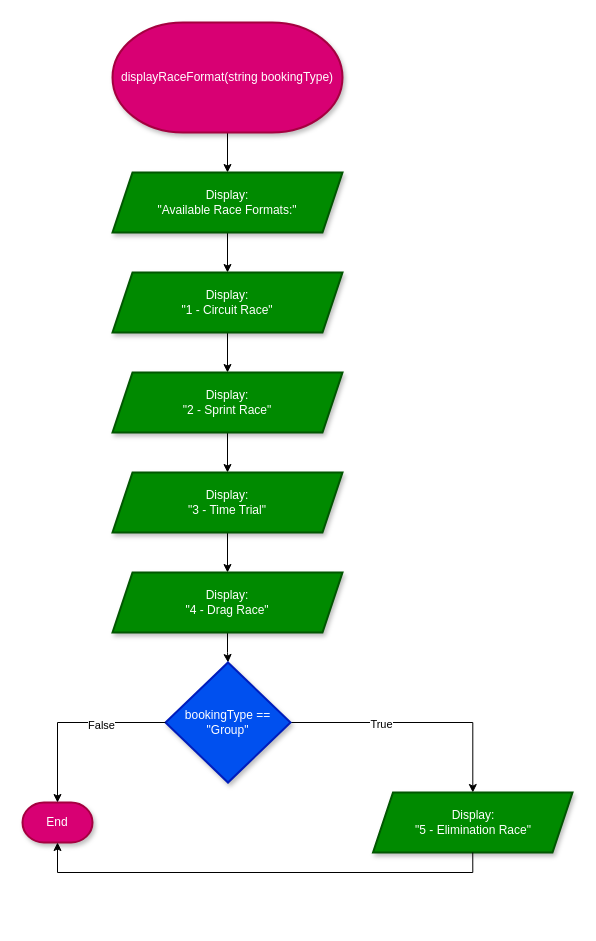
The draw.io diagram Flowcharts (draw.io)/03. displayRaceFormat.drawio in shahxvi/csc126-group-project, before the edit. Source tidied: cells renumbered, new cells numbered last; positions are measured from the earlier drawing's top-left corner, leaving out a move shared by most shapes. Both pictures are drawn from the tidied source at 100%, with x=0, y=0 at pixel (22, 22).
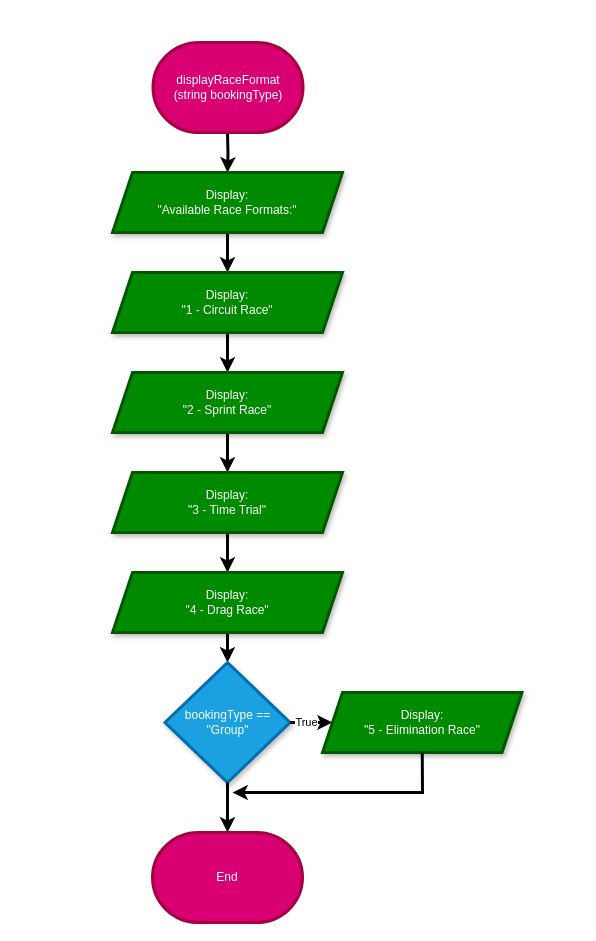
After the change.

The edit, as a diff of the source:
```diff
@@
-    <mxCell id="2" style="edgeStyle=orthogonalEdgeStyle;rounded=0;jettySize=auto;html=1;" parent="1" edge="1" source="3" target="5">
-      <mxGeometry relative="1" as="geometry" />
+    <mxCell id="2" style="edgeStyle=orthogonalEdgeStyle;rounded=0;jettySize=auto;html=1;strokeWidth=3;" parent="1" edge="1" target="5">
+      <mxGeometry relative="1" as="geometry">
+        <mxPoint x="205" y="110" as="sourcePoint" />
+      </mxGeometry>
     </mxCell>
-    <mxCell id="3" value="displayRaceFormat(string bookingType)" style="strokeWidth=2;html=1;shape=mxgraph.flowchart.terminator;whiteSpace=wrap;fillColor=#d80073;fontColor=#ffffff;strokeColor=#A50040;shadow=1;" parent="1" vertex="1">
-      <mxGeometry x="90" width="230" height="110" as="geometry" />
-    </mxCell>
-    <mxCell id="4" style="edgeStyle=orthogonalEdgeStyle;rounded=0;jettySize=auto;html=1;" parent="1" edge="1" source="5" target="7">
+    <mxCell id="4" style="edgeStyle=orthogonalEdgeStyle;rounded=0;jettySize=auto;html=1;strokeWidth=3;" parent="1" edge="1" source="5" target="7">
       <mxGeometry relative="1" as="geometry" />
     </mxCell>
-    <mxCell id="5" value="Display:&lt;div&gt;&quot;Available Race Formats:&quot;&lt;/div&gt;" style="shape=parallelogram;perimeter=parallelogramPerimeter;whiteSpace=wrap;html=1;fixedSize=1;fillColor=#008a00;strokeColor=#005700;fontColor=#ffffff;strokeWidth=2;shadow=1;" parent="1" vertex="1">
+    <mxCell id="5" value="&lt;font style=&quot;color: rgb(255, 255, 255);&quot;&gt;Display:&lt;/font&gt;&lt;div&gt;&lt;font style=&quot;color: rgb(255, 255, 255);&quot;&gt;&quot;Available Race Formats:&quot;&lt;/font&gt;&lt;/div&gt;" style="shape=parallelogram;perimeter=parallelogramPerimeter;whiteSpace=wrap;html=1;fixedSize=1;fillColor=#008a00;strokeColor=#005700;fontColor=#ffffff;strokeWidth=3;shadow=1;" parent="1" vertex="1">
       <mxGeometry x="90" y="150" width="230" height="60" as="geometry" />
     </mxCell>
-    <mxCell id="6" style="edgeStyle=orthogonalEdgeStyle;rounded=0;jettySize=auto;html=1;" parent="1" edge="1" source="7" target="9">
+    <mxCell id="6" style="edgeStyle=orthogonalEdgeStyle;rounded=0;jettySize=auto;html=1;strokeWidth=3;" parent="1" edge="1" source="7" target="9">
       <mxGeometry relative="1" as="geometry" />
     </mxCell>
-    <mxCell id="7" value="Display:&lt;div&gt;&quot;1 - Circuit Race&quot;&lt;/div&gt;" style="shape=parallelogram;perimeter=parallelogramPerimeter;whiteSpace=wrap;html=1;fixedSize=1;fillColor=#008a00;strokeColor=#005700;fontColor=#ffffff;strokeWidth=2;shadow=1;" parent="1" vertex="1">
+    <mxCell id="7" value="&lt;font style=&quot;color: rgb(255, 255, 255);&quot;&gt;Display:&lt;/font&gt;&lt;div&gt;&lt;font style=&quot;color: rgb(255, 255, 255);&quot;&gt;&quot;1 - Circuit Race&quot;&lt;/font&gt;&lt;/div&gt;" style="shape=parallelogram;perimeter=parallelogramPerimeter;whiteSpace=wrap;html=1;fixedSize=1;fillColor=#008a00;strokeColor=#005700;fontColor=#ffffff;strokeWidth=3;shadow=1;" parent="1" vertex="1">
       <mxGeometry x="90" y="250" width="230" height="60" as="geometry" />
     </mxCell>
-    <mxCell id="8" style="edgeStyle=orthogonalEdgeStyle;rounded=0;jettySize=auto;html=1;" parent="1" edge="1" source="9" target="11">
+    <mxCell id="8" style="edgeStyle=orthogonalEdgeStyle;rounded=0;jettySize=auto;html=1;strokeWidth=3;" parent="1" edge="1" source="9" target="11">
       <mxGeometry relative="1" as="geometry" />
     </mxCell>
-    <mxCell id="9" value="Display:&lt;div&gt;&quot;2 - Sprint Race&quot;&lt;/div&gt;" style="shape=parallelogram;perimeter=parallelogramPerimeter;whiteSpace=wrap;html=1;fixedSize=1;fillColor=#008a00;strokeColor=#005700;fontColor=#ffffff;strokeWidth=2;shadow=1;" parent="1" vertex="1">
+    <mxCell id="9" value="&lt;font style=&quot;color: rgb(255, 255, 255);&quot;&gt;Display:&lt;/font&gt;&lt;div&gt;&lt;font style=&quot;color: rgb(255, 255, 255);&quot;&gt;&quot;2 - Sprint Race&quot;&lt;/font&gt;&lt;/div&gt;" style="shape=parallelogram;perimeter=parallelogramPerimeter;whiteSpace=wrap;html=1;fixedSize=1;fillColor=#008a00;strokeColor=#005700;fontColor=#ffffff;strokeWidth=3;shadow=1;" parent="1" vertex="1">
       <mxGeometry x="90" y="350" width="230" height="60" as="geometry" />
     </mxCell>
-    <mxCell id="10" style="edgeStyle=orthogonalEdgeStyle;rounded=0;jettySize=auto;html=1;" parent="1" edge="1" source="11" target="13">
+    <mxCell id="10" style="edgeStyle=orthogonalEdgeStyle;rounded=0;jettySize=auto;html=1;strokeWidth=3;" parent="1" edge="1" source="11" target="13">
       <mxGeometry relative="1" as="geometry" />
     </mxCell>
-    <mxCell id="11" value="Display:&lt;div&gt;&quot;3 - Time Trial&quot;&lt;/div&gt;" style="shape=parallelogram;perimeter=parallelogramPerimeter;whiteSpace=wrap;html=1;fixedSize=1;fillColor=#008a00;strokeColor=#005700;fontColor=#ffffff;strokeWidth=2;shadow=1;" parent="1" vertex="1">
+    <mxCell id="11" value="&lt;font style=&quot;color: rgb(255, 255, 255);&quot;&gt;Display:&lt;/font&gt;&lt;div&gt;&lt;font style=&quot;color: rgb(255, 255, 255);&quot;&gt;&quot;3 - Time Trial&quot;&lt;/font&gt;&lt;/div&gt;" style="shape=parallelogram;perimeter=parallelogramPerimeter;whiteSpace=wrap;html=1;fixedSize=1;fillColor=#008a00;strokeColor=#005700;fontColor=#ffffff;strokeWidth=3;shadow=1;" parent="1" vertex="1">
       <mxGeometry x="90" y="450" width="230" height="60" as="geometry" />
     </mxCell>
-    <mxCell id="12" style="edgeStyle=orthogonalEdgeStyle;rounded=0;jettySize=auto;html=1;" parent="1" edge="1" source="13" target="16">
+    <mxCell id="12" style="edgeStyle=orthogonalEdgeStyle;rounded=0;jettySize=auto;html=1;strokeWidth=3;" parent="1" edge="1" source="13" target="16">
       <mxGeometry relative="1" as="geometry" />
     </mxCell>
-    <mxCell id="13" value="Display:&lt;div&gt;&quot;4 - Drag Race&quot;&lt;/div&gt;" style="shape=parallelogram;perimeter=parallelogramPerimeter;whiteSpace=wrap;html=1;fixedSize=1;fillColor=#008a00;strokeColor=#005700;fontColor=#ffffff;strokeWidth=2;shadow=1;" parent="1" vertex="1">
+    <mxCell id="13" value="&lt;font style=&quot;color: rgb(255, 255, 255);&quot;&gt;Display:&lt;/font&gt;&lt;div&gt;&lt;font style=&quot;color: rgb(255, 255, 255);&quot;&gt;&quot;4 - Drag Race&quot;&lt;/font&gt;&lt;/div&gt;" style="shape=parallelogram;perimeter=parallelogramPerimeter;whiteSpace=wrap;html=1;fixedSize=1;fillColor=#008a00;strokeColor=#005700;fontColor=#ffffff;strokeWidth=3;shadow=1;" parent="1" vertex="1">
       <mxGeometry x="90" y="550" width="230" height="60" as="geometry" />
     </mxCell>
-    <mxCell id="14" style="edgeStyle=orthogonalEdgeStyle;rounded=0;jettySize=auto;html=1;" parent="1" edge="1" source="16" target="17">
-      <mxGeometry relative="1" as="geometry" />
-    </mxCell>
-    <mxCell id="15" value="True" style="edgeLabel;html=1;align=center;verticalAlign=middle;" parent="14" vertex="1">
-      <mxGeometry x="-0.35" y="-1" relative="1" as="geometry">
-        <mxPoint x="8" as="offset" />
-      </mxGeometry>
-    </mxCell>
-    <mxCell id="16" value="bookingType == &quot;Group&quot;" style="rhombus;whiteSpace=wrap;html=1;fillColor=#0050ef;strokeColor=#001DBC;fontColor=#ffffff;strokeWidth=2;shadow=1;" parent="1" vertex="1">
-      <mxGeometry x="143" y="640" width="125" height="120" as="geometry" />
+    <mxCell id="16" value="bookingType == &quot;Group&quot;" style="rhombus;whiteSpace=wrap;html=1;fillColor=#1ba1e2;strokeColor=#006EAF;fontColor=#ffffff;strokeWidth=3;shadow=1;" parent="1" vertex="1">
+      <mxGeometry x="142.5" y="640" width="125" height="120" as="geometry" />
     </mxCell>
-    <mxCell id="17" value="Display:&lt;div&gt;&quot;5 - Elimination Race&quot;&lt;/div&gt;" style="shape=parallelogram;perimeter=parallelogramPerimeter;whiteSpace=wrap;html=1;fixedSize=1;fillColor=#008a00;strokeColor=#005700;fontColor=#ffffff;strokeWidth=2;shadow=1;" parent="1" vertex="1">
-      <mxGeometry x="350.5" y="770" width="199.5" height="60" as="geometry" />
+    <mxCell id="17" value="&lt;font style=&quot;color: rgb(255, 255, 255);&quot;&gt;Display:&lt;/font&gt;&lt;div&gt;&lt;font style=&quot;color: rgb(255, 255, 255);&quot;&gt;&quot;5 - Elimination Race&quot;&lt;/font&gt;&lt;/div&gt;" style="shape=parallelogram;perimeter=parallelogramPerimeter;whiteSpace=wrap;html=1;fixedSize=1;fillColor=#008a00;strokeColor=#005700;fontColor=#ffffff;strokeWidth=3;shadow=1;" parent="1" vertex="1">
+      <mxGeometry x="300" y="670" width="199.5" height="60" as="geometry" />
     </mxCell>
+    <mxCell id="22" value="&lt;font style=&quot;color: rgb(255, 255, 255);&quot;&gt;displayRaceFormat&lt;br&gt;(string bookingType)&lt;/font&gt;" style="strokeWidth=3;html=1;shape=mxgraph.flowchart.terminator;whiteSpace=wrap;fillColor=#d80073;fontColor=#ffffff;strokeColor=#A50040;" parent="1" vertex="1">
+      <mxGeometry x="130.5" y="20" width="150" height="90" as="geometry" />
+    </mxCell>
-    <mxCell id="18" value="End" style="strokeWidth=2;html=1;shape=mxgraph.flowchart.terminator;whiteSpace=wrap;fillColor=#d80073;fontColor=#ffffff;strokeColor=#A50040;shadow=1;" parent="1" vertex="1">
-      <mxGeometry y="780" width="70" height="40" as="geometry" />
+    <mxCell id="18" value="End" style="strokeWidth=3;html=1;shape=mxgraph.flowchart.terminator;whiteSpace=wrap;fillColor=#d80073;fontColor=#ffffff;strokeColor=#A50040;" parent="1" vertex="1">
+      <mxGeometry x="130" y="810" width="150" height="90" as="geometry" />
     </mxCell>
-    <mxCell id="19" style="edgeStyle=orthogonalEdgeStyle;rounded=0;jettySize=auto;html=1;exitX=0;exitY=0.5;exitDx=0;exitDy=0;entryX=0.5;entryY=0;entryDx=0;entryDy=0;entryPerimeter=0;" parent="1" edge="1" source="16" target="18">
+    <mxCell id="19" style="edgeStyle=orthogonalEdgeStyle;rounded=0;jettySize=auto;html=1;strokeWidth=3;entryX=0.5;entryY=0;entryDx=0;entryDy=0;entryPerimeter=0;exitX=0.5;exitY=1;exitDx=0;exitDy=0;" parent="1" edge="1" source="16" target="18">
       <mxGeometry relative="1" as="geometry" />
     </mxCell>
-    <mxCell id="20" value="False" style="edgeLabel;html=1;align=center;verticalAlign=middle;" parent="19" vertex="1">
-      <mxGeometry x="-0.31" y="2" relative="1" as="geometry" />
-    </mxCell>
-    <mxCell id="21" style="edgeStyle=orthogonalEdgeStyle;rounded=0;jettySize=auto;html=1;exitX=0.5;exitY=1;exitDx=0;exitDy=0;entryX=0.5;entryY=1;entryDx=0;entryDy=0;entryPerimeter=0;" parent="1" edge="1" source="17" target="18">
-      <mxGeometry relative="1" as="geometry" />
-    </mxCell>
+    <mxCell id="23" style="edgeStyle=none;jettySize=auto;html=1;exitX=0.5;exitY=1;exitDx=0;exitDy=0;strokeWidth=3;rounded=0;curved=0;" parent="1" edge="1" source="17">
+      <mxGeometry relative="1" as="geometry">
+        <mxPoint x="210" y="770" as="targetPoint" />
+        <Array as="points">
+          <mxPoint x="400" y="770" />
+        </Array>
+      </mxGeometry>
+    </mxCell>
+    <mxCell id="15" value="True" style="edgeStyle=none;jettySize=auto;html=1;exitX=1;exitY=0.5;exitDx=0;exitDy=0;entryX=0;entryY=0.5;entryDx=0;entryDy=0;strokeWidth=3;" parent="1" edge="1" source="16" target="17">
+      <mxGeometry x="-0.25" relative="1" as="geometry" />
+    </mxCell>
```
